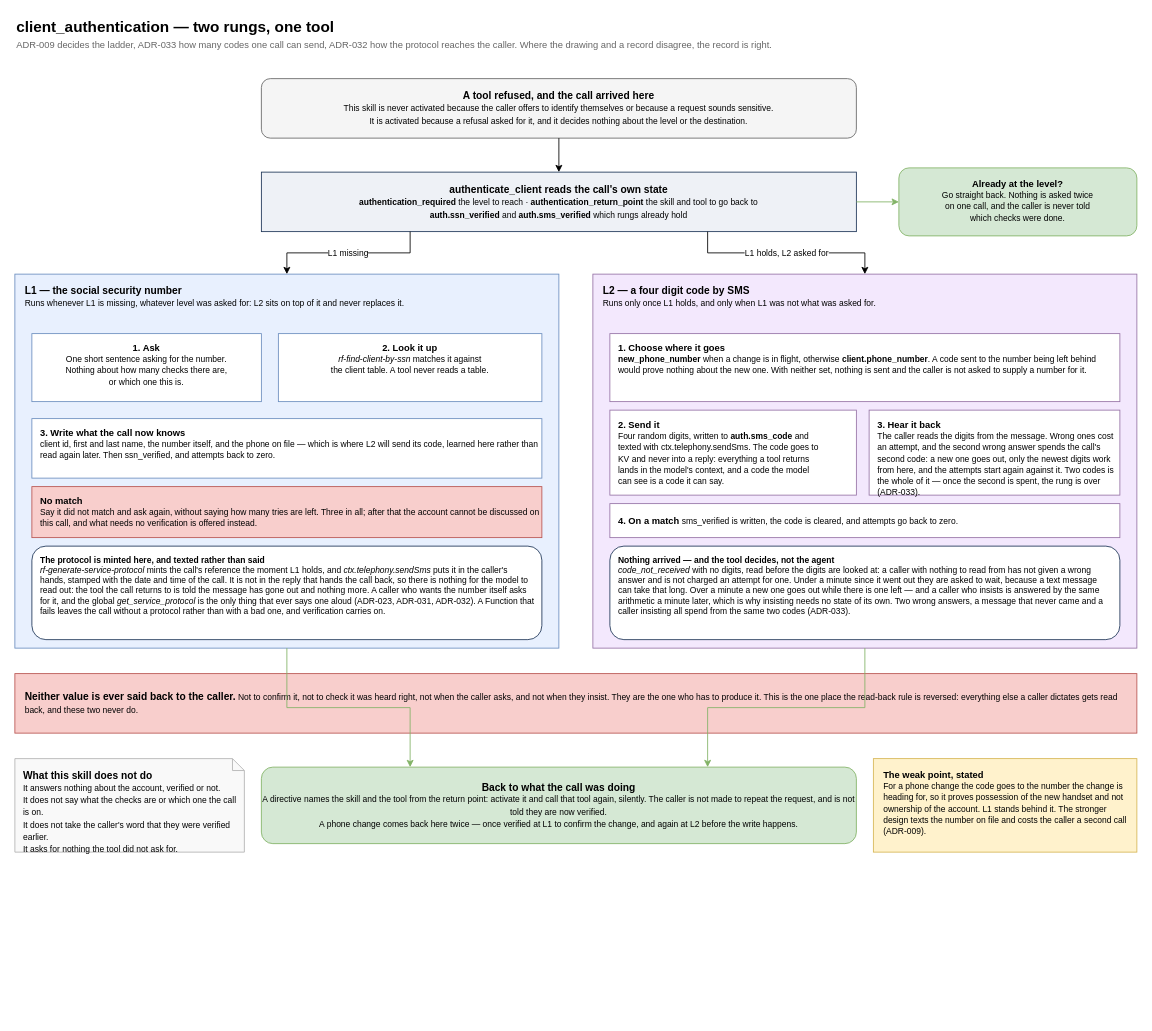
Before: diagrams/04-client-authentication.drawio in henriquecv-wonderful/royal-finance-github, a draw.io diagram. Source tidied: cells renumbered, new cells numbered last; positions are measured from the earlier drawing's top-left corner, leaving out a move shared by most shapes. Both pictures are drawn from the tidied source at 85%, with x=0, y=0 at pixel (14, 14).
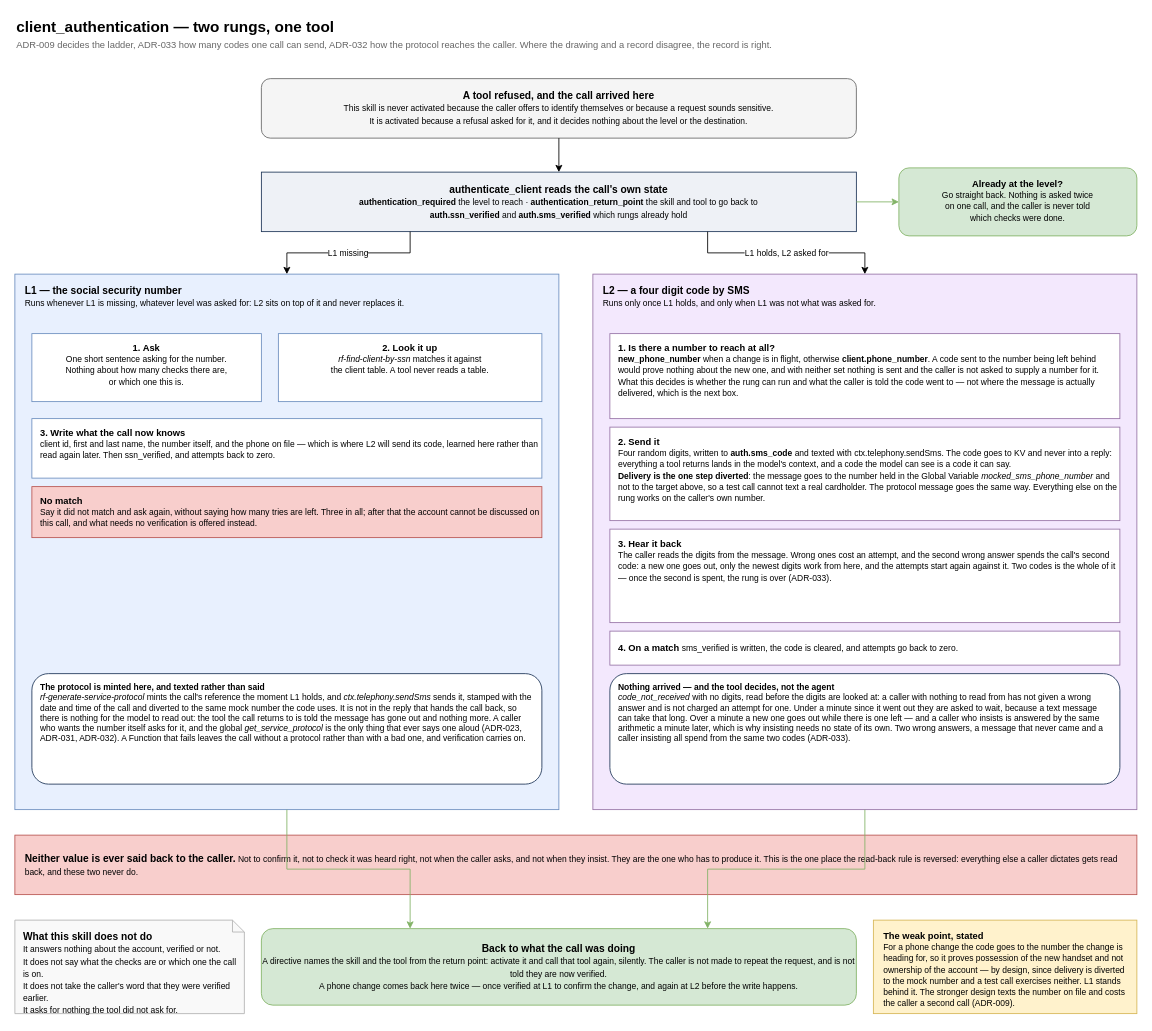
Above is the later version.

Commit message (it also covers changes not shown here):
Diagrams: SMS delivery is diverted to a mock number

What changed in the source:
```diff
@@
     <mxCell id="7" value="&lt;b&gt;L1 — the social security number&lt;/b&gt;&lt;br&gt;&lt;font style=&quot;font-size: 10px&quot;&gt;Runs whenever L1 is missing, whatever level was asked for: L2 sits on top of it and never replaces it.&lt;/font&gt;" style="rounded=0;whiteSpace=wrap;html=1;fillColor=#e8f0fe;strokeColor=#6c8ebf;fontSize=12;verticalAlign=top;spacingTop=6;align=left;spacingLeft=10;" parent="1" vertex="1">
-      <mxGeometry y="305" width="640" height="440" as="geometry" />
+      <mxGeometry y="305" width="640" height="630" as="geometry" />
     </mxCell>
@@
     <mxCell id="12" value="&lt;b&gt;L2 — a four digit code by SMS&lt;/b&gt;&lt;br&gt;&lt;font style=&quot;font-size: 10px&quot;&gt;Runs only once L1 holds, and only when L1 was not what was asked for.&lt;/font&gt;" style="rounded=0;whiteSpace=wrap;html=1;fillColor=#f3e8fd;strokeColor=#9673a6;fontSize=12;verticalAlign=top;spacingTop=6;align=left;spacingLeft=10;" parent="1" vertex="1">
-      <mxGeometry x="680" y="305" width="640" height="440" as="geometry" />
+      <mxGeometry x="680" y="305" width="640" height="630" as="geometry" />
     </mxCell>
-    <mxCell id="13" value="&lt;b&gt;1. Choose where it goes&lt;/b&gt;&lt;br&gt;&lt;font style=&quot;font-size: 10px&quot;&gt;&lt;b&gt;new_phone_number&lt;/b&gt; when a change is in flight, otherwise &lt;b&gt;client.phone_number&lt;/b&gt;. A code sent to the number being left behind would prove nothing about the new one. With neither set, nothing is sent and the caller is not asked to supply a number for it.&lt;/font&gt;" style="rounded=0;whiteSpace=wrap;html=1;fillColor=#ffffff;strokeColor=#9673a6;fontSize=11;verticalAlign=top;spacingTop=4;align=left;spacingLeft=8;" parent="1" vertex="1">
-      <mxGeometry x="700" y="375" width="600" height="80" as="geometry" />
+    <mxCell id="13" value="&lt;b&gt;1. Is there a number to reach at all?&lt;/b&gt;&lt;br&gt;&lt;font style=&quot;font-size: 10px&quot;&gt;&lt;b&gt;new_phone_number&lt;/b&gt; when a change is in flight, otherwise &lt;b&gt;client.phone_number&lt;/b&gt;. A code sent to the number being left behind would prove nothing about the new one, and with neither set nothing is sent and the caller is not asked to supply a number for it. What this decides is whether the rung can run and what the caller is told the code went to — not where the message is actually delivered, which is the next box.&lt;/font&gt;" style="rounded=0;whiteSpace=wrap;html=1;fillColor=#ffffff;strokeColor=#9673a6;fontSize=11;verticalAlign=top;spacingTop=4;align=left;spacingLeft=8;" parent="1" vertex="1">
+      <mxGeometry x="700" y="375" width="600" height="100" as="geometry" />
     </mxCell>
-    <mxCell id="14" value="&lt;b&gt;2. Send it&lt;/b&gt;&lt;br&gt;&lt;font style=&quot;font-size: 10px&quot;&gt;Four random digits, written to &lt;b&gt;auth.sms_code&lt;/b&gt; and&lt;br&gt;texted with ctx.telephony.sendSms. The code goes to&lt;br&gt;KV and never into a reply: everything a tool returns&lt;br&gt;lands in the model's context, and a code the model&lt;br&gt;can see is a code it can say.&lt;/font&gt;" style="rounded=0;whiteSpace=wrap;html=1;fillColor=#ffffff;strokeColor=#9673a6;fontSize=11;verticalAlign=top;spacingTop=4;align=left;spacingLeft=8;" parent="1" vertex="1">
-      <mxGeometry x="700" y="465" width="290" height="100" as="geometry" />
+    <mxCell id="14" value="&lt;b&gt;2. Send it&lt;/b&gt;&lt;br&gt;&lt;font style=&quot;font-size: 10px&quot;&gt;Four random digits, written to &lt;b&gt;auth.sms_code&lt;/b&gt; and texted with ctx.telephony.sendSms. The code goes to KV and never into a reply: everything a tool returns lands in the model's context, and a code the model can see is a code it can say.&lt;br&gt;&lt;b&gt;Delivery is the one step diverted&lt;/b&gt;: the message goes to the number held in the Global Variable &lt;i&gt;mocked_sms_phone_number&lt;/i&gt; and not to the target above, so a test call cannot text a real cardholder. The protocol message goes the same way. Everything else on the rung works on the caller's own number.&lt;/font&gt;" style="rounded=0;whiteSpace=wrap;html=1;fillColor=#ffffff;strokeColor=#9673a6;fontSize=11;verticalAlign=top;spacingTop=4;align=left;spacingLeft=8;" parent="1" vertex="1">
+      <mxGeometry x="700" y="485" width="600" height="110" as="geometry" />
     </mxCell>
     <mxCell id="15" value="&lt;b&gt;3. Hear it back&lt;/b&gt;&lt;br&gt;&lt;font style=&quot;font-size: 10px&quot;&gt;The caller reads the digits from the message. Wrong ones cost an attempt, and the second wrong answer spends the call's second code: a new one goes out, only the newest digits work from here, and the attempts start again against it. Two codes is the whole of it — once the second is spent, the rung is over (ADR-033).&lt;/font&gt;" style="rounded=0;whiteSpace=wrap;html=1;fillColor=#ffffff;strokeColor=#9673a6;fontSize=11;verticalAlign=top;spacingTop=4;align=left;spacingLeft=8;" parent="1" vertex="1">
-      <mxGeometry x="1005" y="465" width="295" height="100" as="geometry" />
+      <mxGeometry x="700" y="605" width="600" height="110" as="geometry" />
     </mxCell>
     <mxCell id="16" value="&lt;b&gt;4. On a match&lt;/b&gt;&lt;font style=&quot;font-size: 10px&quot;&gt;  sms_verified is written, the code is cleared, and attempts go back to zero.&lt;/font&gt;" style="rounded=0;whiteSpace=wrap;html=1;fillColor=#ffffff;strokeColor=#9673a6;fontSize=11;align=left;spacingLeft=8;" parent="1" vertex="1">
-      <mxGeometry x="700" y="575" width="600" height="40" as="geometry" />
+      <mxGeometry x="700" y="725" width="600" height="40" as="geometry" />
     </mxCell>
     <mxCell id="17" value="&lt;b&gt;Nothing arrived &amp;#8212; and the tool decides, not the agent&lt;/b&gt;&lt;br&gt;&lt;i&gt;code_not_received&lt;/i&gt; with no digits, read before the digits are looked at: a caller with nothing to read from has not given a wrong answer and is not charged an attempt for one. Under a minute since it went out they are asked to wait, because a text message can take that long. Over a minute a new one goes out while there is one left &amp;#8212; and a caller who insists is answered by the same arithmetic a minute later, which is why insisting needs no state of its own. Two wrong answers, a message that never came and a caller insisting all spend from the same two codes (ADR-033)." style="rounded=1;whiteSpace=wrap;html=1;fillColor=#ffffff;strokeColor=#1d3557;fontSize=10;align=left;spacingLeft=8;spacingRight=8;verticalAlign=top;spacingTop=4;" parent="1" vertex="1">
-      <mxGeometry x="700" y="625" width="600" height="110" as="geometry" />
+      <mxGeometry x="700" y="775" width="600" height="130" as="geometry" />
     </mxCell>
-    <mxCell id="18" value="&lt;b&gt;The protocol is minted here, and texted rather than said&lt;/b&gt;&lt;br&gt;&lt;i&gt;rf-generate-service-protocol&lt;/i&gt; mints the call's reference the moment L1 holds, and &lt;i&gt;ctx.telephony.sendSms&lt;/i&gt; puts it in the caller's hands, stamped with the date and time of the call. It is not in the reply that hands the call back, so there is nothing for the model to read out: the tool the call returns to is told the message has gone out and nothing more. A caller who wants the number itself asks for it, and the global &lt;i&gt;get_service_protocol&lt;/i&gt; is the only thing that ever says one aloud (ADR-023, ADR-031, ADR-032). A Function that fails leaves the call without a protocol rather than with a bad one, and verification carries on." style="rounded=1;whiteSpace=wrap;html=1;fillColor=#ffffff;strokeColor=#1d3557;fontSize=10;align=left;spacingLeft=8;spacingRight=8;verticalAlign=top;spacingTop=4;" parent="1" vertex="1">
-      <mxGeometry x="20" y="625" width="600" height="110" as="geometry" />
+    <mxCell id="18" value="&lt;b&gt;The protocol is minted here, and texted rather than said&lt;/b&gt;&lt;br&gt;&lt;i&gt;rf-generate-service-protocol&lt;/i&gt; mints the call's reference the moment L1 holds, and &lt;i&gt;ctx.telephony.sendSms&lt;/i&gt; sends it, stamped with the date and time of the call and diverted to the same mock number the code uses. It is not in the reply that hands the call back, so there is nothing for the model to read out: the tool the call returns to is told the message has gone out and nothing more. A caller who wants the number itself asks for it, and the global &lt;i&gt;get_service_protocol&lt;/i&gt; is the only thing that ever says one aloud (ADR-023, ADR-031, ADR-032). A Function that fails leaves the call without a protocol rather than with a bad one, and verification carries on." style="rounded=1;whiteSpace=wrap;html=1;fillColor=#ffffff;strokeColor=#1d3557;fontSize=10;align=left;spacingLeft=8;spacingRight=8;verticalAlign=top;spacingTop=4;" parent="1" vertex="1">
+      <mxGeometry x="20" y="775" width="600" height="130" as="geometry" />
     </mxCell>
     <mxCell id="19" value="&lt;b&gt;Neither value is ever said back to the caller.&lt;/b&gt;&lt;font style=&quot;font-size: 10px&quot;&gt;  Not to confirm it, not to check it was heard right, not when the caller asks, and not when they insist. They are the one who has to produce it. This is the one place the read-back rule is reversed: everything else a caller dictates gets read back, and these two never do.&lt;/font&gt;" style="rounded=0;whiteSpace=wrap;html=1;fillColor=#f8cecc;strokeColor=#b85450;fontSize=12;align=left;spacingLeft=10;spacingRight=10;" parent="1" vertex="1">
-      <mxGeometry y="775" width="1320" height="70" as="geometry" />
+      <mxGeometry y="965" width="1320" height="70" as="geometry" />
     </mxCell>
     <mxCell id="20" value="&lt;b&gt;Back to what the call was doing&lt;/b&gt;&lt;br&gt;&lt;font style=&quot;font-size: 10px&quot;&gt;A directive names the skill and the tool from the return point: activate it and call that tool again, silently. The caller is not made to repeat the request, and is not told they are now verified.&lt;br&gt;A phone change comes back here twice — once verified at L1 to confirm the change, and again at L2 before the write happens.&lt;/font&gt;" style="rounded=1;whiteSpace=wrap;html=1;fillColor=#d5e8d4;strokeColor=#82b366;fontSize=12;" parent="1" vertex="1">
-      <mxGeometry x="290" y="885" width="700" height="90" as="geometry" />
+      <mxGeometry x="290" y="1075" width="700" height="90" as="geometry" />
     </mxCell>
     <mxCell id="21" value="&lt;b&gt;What this skill does not do&lt;/b&gt;&lt;br&gt;&lt;font style=&quot;font-size: 10px&quot;&gt;It answers nothing about the account, verified or not.&lt;br&gt;It does not say what the checks are or which one the call is on.&lt;br&gt;It does not take the caller's word that they were verified earlier.&lt;br&gt;It asks for nothing the tool did not ask for.&lt;/font&gt;" style="shape=note;whiteSpace=wrap;html=1;size=14;fillColor=#f9f9f9;strokeColor=#b3b3b3;align=left;spacingLeft=8;verticalAlign=top;spacingTop=6;" parent="1" vertex="1">
-      <mxGeometry y="875" width="270" height="110" as="geometry" />
+      <mxGeometry y="1065" width="270" height="110" as="geometry" />
     </mxCell>
-    <mxCell id="22" value="&lt;b&gt;The weak point, stated&lt;/b&gt;&lt;br&gt;&lt;font style=&quot;font-size: 10px&quot;&gt;For a phone change the code goes to the number the change is heading for, so it proves possession of the new handset and not ownership of the account. L1 stands behind it. The stronger design texts the number on file and costs the caller a second call (ADR-009).&lt;/font&gt;" style="rounded=0;whiteSpace=wrap;html=1;fillColor=#fff2cc;strokeColor=#d6b656;fontSize=11;verticalAlign=top;spacingTop=6;align=left;spacingLeft=10;spacingRight=10;" parent="1" vertex="1">
-      <mxGeometry x="1010" y="875" width="310" height="110" as="geometry" />
+    <mxCell id="22" value="&lt;b&gt;The weak point, stated&lt;/b&gt;&lt;br&gt;&lt;font style=&quot;font-size: 10px&quot;&gt;For a phone change the code goes to the number the change is heading for, so it proves possession of the new handset and not ownership of the account — by design, since delivery is diverted to the mock number and a test call exercises neither. L1 stands behind it. The stronger design texts the number on file and costs the caller a second call (ADR-009).&lt;/font&gt;" style="rounded=0;whiteSpace=wrap;html=1;fillColor=#fff2cc;strokeColor=#d6b656;fontSize=11;verticalAlign=top;spacingTop=6;align=left;spacingLeft=10;spacingRight=10;" parent="1" vertex="1">
+      <mxGeometry x="1010" y="1065" width="310" height="110" as="geometry" />
     </mxCell>
```
